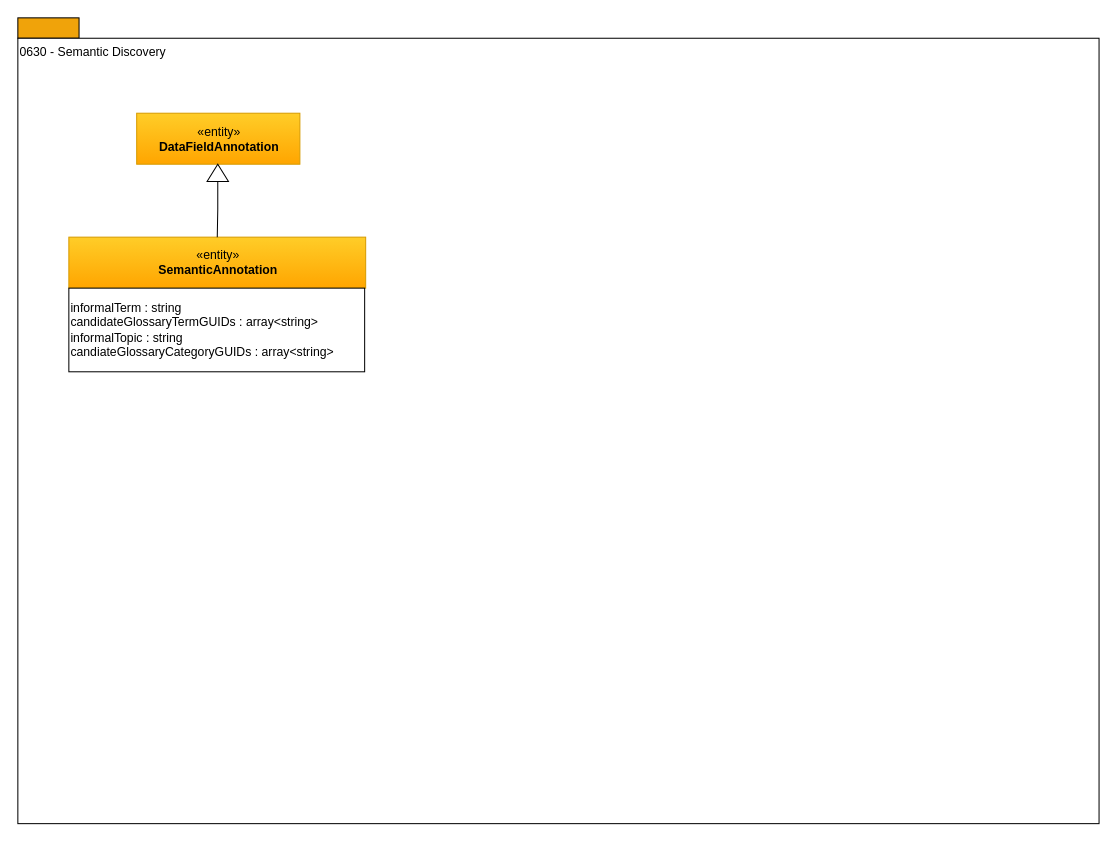
This is page "0630-Semantic-Discovery" (12 of 17) of site/docs/types/6/area-6-discovery.drawio from odpi/egeria-docs, a draw.io file, before an edit. Source tidied: cells renumbered, new cells numbered last; positions are measured from the earlier drawing's top-left corner, leaving out a move shared by most shapes. Both pictures are drawn from the tidied source at 102%, with x=0, y=0 at pixel (17, 17).
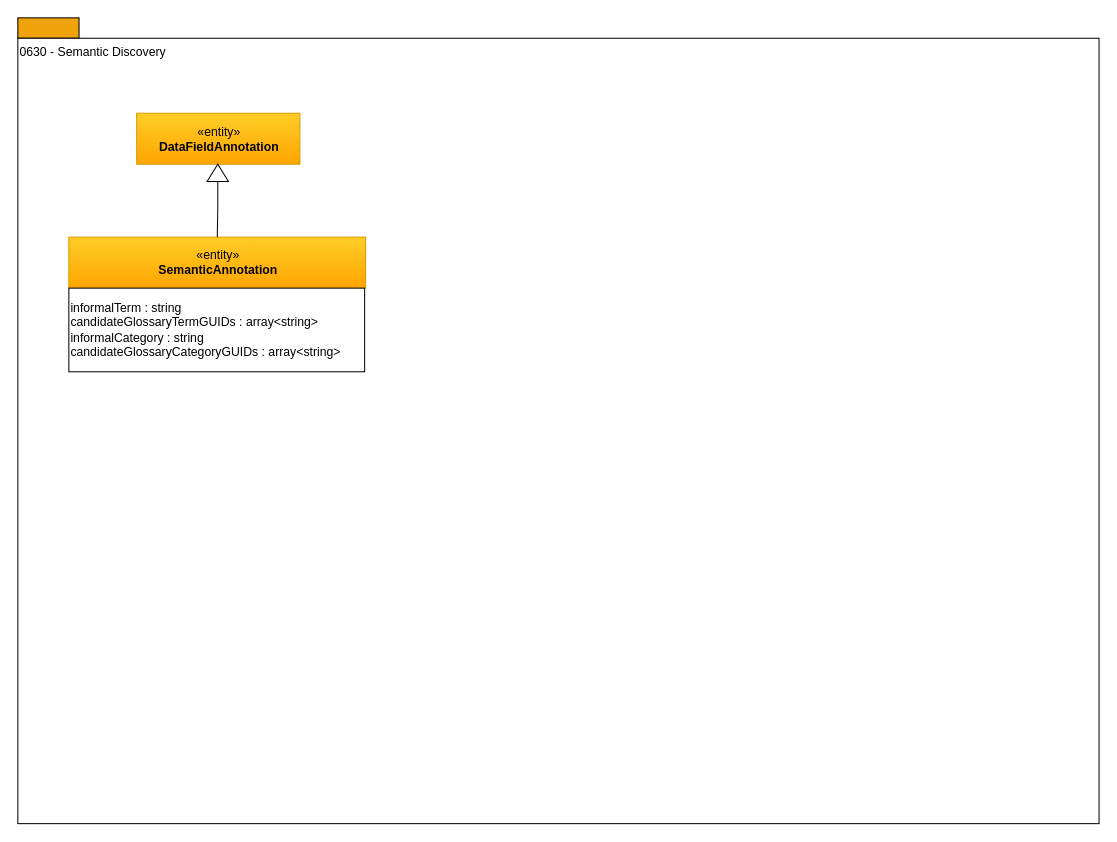
The same diagram, later.

Change to the diagram source:
```diff
@@
 <mxGraphModel>
   <root>
     <mxCell id="0" />
     <mxCell id="1" parent="0" />
     <mxCell id="2" style="rounded=0;whiteSpace=wrap;html=1;align=left;fillColor=#f0a30a;strokeColor=#000000;fontColor=#ffffff;" parent="1" vertex="1">
       <mxGeometry width="60" height="20" as="geometry" />
     </mxCell>
     <mxCell id="3" value="0630 - Semantic Discovery" style="rounded=0;whiteSpace=wrap;html=1;align=left;verticalAlign=top;" parent="1" vertex="1">
       <mxGeometry y="20" width="1060" height="770" as="geometry" />
     </mxCell>
     <mxCell id="4" value="«entity»&lt;br&gt;&lt;b&gt;SemanticAnnotation&lt;/b&gt;" style="html=1;strokeColor=#d79b00;align=center;fillColor=#ffcd28;gradientColor=#ffa500;" parent="1" vertex="1">
       <mxGeometry x="50" y="215" width="291" height="50" as="geometry" />
     </mxCell>
-    <mxCell id="5" value="informalTerm : string&lt;br&gt;candidateGlossaryTermGUIDs : array&amp;lt;string&amp;gt;&lt;br&gt;informalTopic : string&lt;br&gt;candiateGlossaryCategoryGUIDs : array&amp;lt;string&amp;gt;&amp;nbsp;&lt;br&gt;" style="rounded=0;whiteSpace=wrap;html=1;strokeColor=#000000;gradientColor=#ffffff;align=left;" parent="1" vertex="1">
+    <mxCell id="5" value="informalTerm : string&lt;br&gt;candidateGlossaryTermGUIDs : array&amp;lt;string&amp;gt;&lt;br&gt;informalCategory : string&lt;br&gt;candidateGlossaryCategoryGUIDs : array&amp;lt;string&amp;gt;&amp;nbsp;" style="rounded=0;whiteSpace=wrap;html=1;strokeColor=#000000;gradientColor=#ffffff;align=left;" parent="1" vertex="1">
       <mxGeometry x="50" y="265" width="290" height="82" as="geometry" />
     </mxCell>
     <mxCell id="6" style="edgeStyle=orthogonalEdgeStyle;rounded=0;html=1;endArrow=none;endFill=0;jettySize=auto;exitX=0;exitY=0.5;" parent="1" edge="1" source="8" target="4">
       <mxGeometry relative="1" as="geometry" />
     </mxCell>
     <mxCell id="7" value="«entity»&lt;br&gt;&lt;b&gt;DataFieldAnnotation&lt;/b&gt;" style="html=1;strokeColor=#d79b00;align=center;fillColor=#ffcd28;gradientColor=#ffa500;" parent="1" vertex="1">
       <mxGeometry x="116.5" y="93.5" width="160" height="50" as="geometry" />
     </mxCell>
     <mxCell id="8" style="triangle;whiteSpace=wrap;html=1;strokeColor=#000000;gradientColor=#ffffff;align=center;rotation=-90;" parent="1" vertex="1">
       <mxGeometry x="187.5" y="141.5" width="17" height="21" as="geometry" />
     </mxCell>
   </root>
 </mxGraphModel>
```
